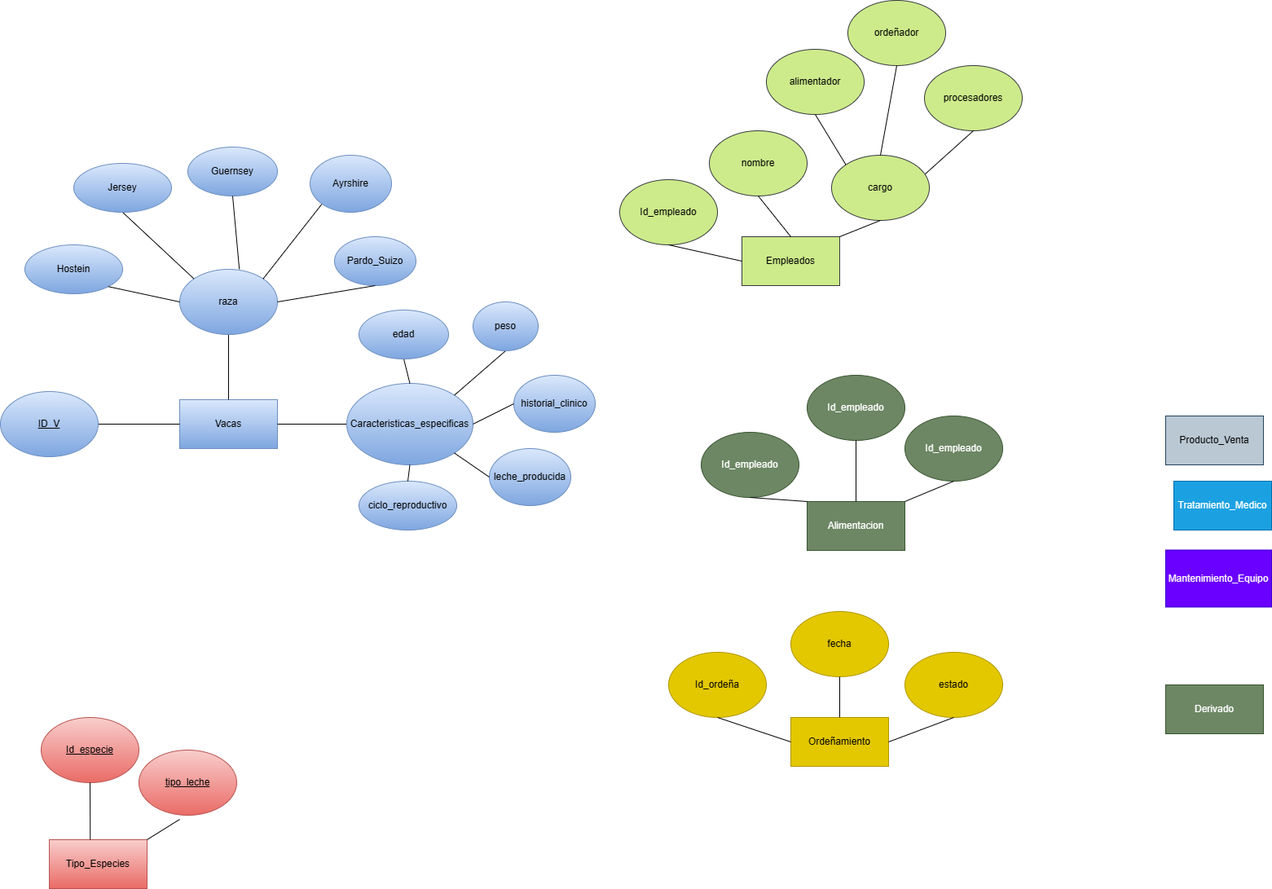
Above: Diagrama sin título.drawio.png in akdii/ProgramacionIV (draw.io), before the change. Source tidied: cells renumbered, new cells last; positions are measured from the earlier drawing's top-left corner, leaving out a move shared by most shapes.
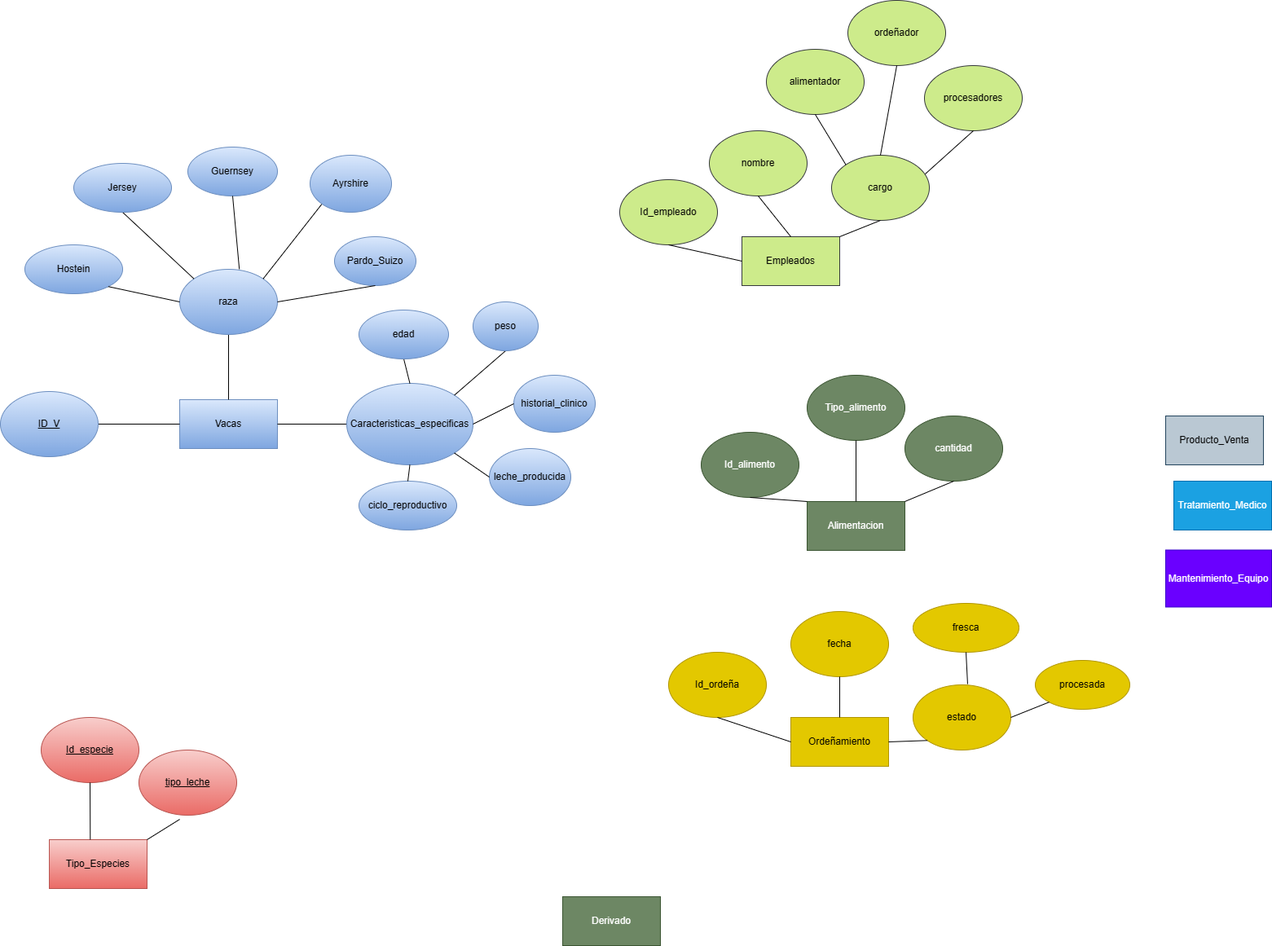
The same diagram one commit later.

Diff of the diagram source:
```diff
@@ -18,7 +18,7 @@
       <mxGeometry x="970" y="880" width="120" height="60" as="geometry" />
     </mxCell>
     <mxCell id="7" value="Derivado" style="rounded=0;whiteSpace=wrap;html=1;fillColor=#6d8764;strokeColor=#3A5431;fontColor=#ffffff;" parent="1" vertex="1">
-      <mxGeometry x="1430" y="840" width="120" height="60" as="geometry" />
+      <mxGeometry x="690" y="1100" width="120" height="60" as="geometry" />
     </mxCell>
     <mxCell id="8" value="Producto_Venta" style="rounded=0;whiteSpace=wrap;html=1;fillColor=#bac8d3;strokeColor=#23445d;" parent="1" vertex="1">
       <mxGeometry x="1430" y="510" width="120" height="60" as="geometry" />
@@ -155,19 +155,19 @@
     <mxCell id="52" style="endArrow=none;html=1;rounded=0;entryX=0.958;entryY=0.288;entryDx=0;entryDy=0;exitX=0.5;exitY=1;exitDx=0;exitDy=0;entryPerimeter=0;" parent="1" edge="1" source="51" target="45">
       <mxGeometry relative="1" as="geometry" />
     </mxCell>
-    <mxCell id="53" value="Id_empleado" style="ellipse;whiteSpace=wrap;html=1;fillColor=#6d8764;strokeColor=#3A5431;fontColor=#ffffff;" parent="1" vertex="1">
+    <mxCell id="53" value="Id_alimento" style="ellipse;whiteSpace=wrap;html=1;fillColor=#6d8764;strokeColor=#3A5431;fontColor=#ffffff;" parent="1" vertex="1">
       <mxGeometry x="860" y="530" width="120" height="80" as="geometry" />
     </mxCell>
     <mxCell id="54" style="endArrow=none;html=1;rounded=0;entryX=0;entryY=0;entryDx=0;entryDy=0;exitX=0.5;exitY=1;exitDx=0;exitDy=0;" parent="1" edge="1" source="53" target="5">
       <mxGeometry relative="1" as="geometry" />
     </mxCell>
-    <mxCell id="55" value="Id_empleado" style="ellipse;whiteSpace=wrap;html=1;fillColor=#6d8764;strokeColor=#3A5431;fontColor=#ffffff;" parent="1" vertex="1">
+    <mxCell id="55" value="Tipo_alimento" style="ellipse;whiteSpace=wrap;html=1;fillColor=#6d8764;strokeColor=#3A5431;fontColor=#ffffff;" parent="1" vertex="1">
       <mxGeometry x="990" y="460" width="120" height="80" as="geometry" />
     </mxCell>
     <mxCell id="56" style="endArrow=none;html=1;rounded=0;entryX=0.5;entryY=0;entryDx=0;entryDy=0;exitX=0.5;exitY=1;exitDx=0;exitDy=0;" parent="1" edge="1" source="55" target="5">
       <mxGeometry relative="1" as="geometry" />
     </mxCell>
-    <mxCell id="57" value="Id_empleado" style="ellipse;whiteSpace=wrap;html=1;fillColor=#6d8764;strokeColor=#3A5431;fontColor=#ffffff;" parent="1" vertex="1">
+    <mxCell id="57" value="cantidad" style="ellipse;whiteSpace=wrap;html=1;fillColor=#6d8764;strokeColor=#3A5431;fontColor=#ffffff;" parent="1" vertex="1">
       <mxGeometry x="1110" y="510" width="120" height="80" as="geometry" />
     </mxCell>
     <mxCell id="58" style="endArrow=none;html=1;rounded=0;entryX=1;entryY=0;entryDx=0;entryDy=0;exitX=0.5;exitY=1;exitDx=0;exitDy=0;" parent="1" edge="1" source="57" target="5">
@@ -180,7 +180,7 @@
       <mxGeometry x="970" y="750" width="120" height="80" as="geometry" />
     </mxCell>
     <mxCell id="61" value="estado" style="ellipse;whiteSpace=wrap;html=1;fillColor=#e3c800;strokeColor=#B09500;fontColor=#000000;" parent="1" vertex="1">
-      <mxGeometry x="1110" y="800" width="120" height="80" as="geometry" />
+      <mxGeometry x="1120" y="840" width="120" height="80" as="geometry" />
     </mxCell>
     <mxCell id="62" style="endArrow=none;html=1;rounded=0;entryX=0;entryY=0.5;entryDx=0;entryDy=0;exitX=0.5;exitY=1;exitDx=0;exitDy=0;" parent="1" edge="1" source="59" target="6">
       <mxGeometry relative="1" as="geometry" />
@@ -188,8 +188,20 @@
     <mxCell id="63" style="endArrow=none;html=1;rounded=0;entryX=0.5;entryY=0;entryDx=0;entryDy=0;exitX=0.5;exitY=1;exitDx=0;exitDy=0;" parent="1" edge="1" source="60" target="6">
       <mxGeometry relative="1" as="geometry" />
     </mxCell>
-    <mxCell id="64" style="endArrow=none;html=1;rounded=0;entryX=1;entryY=0.5;entryDx=0;entryDy=0;exitX=0.5;exitY=1;exitDx=0;exitDy=0;" parent="1" edge="1" source="61" target="6">
+    <mxCell id="64" style="endArrow=none;html=1;rounded=0;entryX=1;entryY=0.5;entryDx=0;entryDy=0;exitX=0;exitY=1;exitDx=0;exitDy=0;" parent="1" edge="1" source="61" target="6">
       <mxGeometry relative="1" as="geometry" />
     </mxCell>
+    <mxCell id="65" value="fresca" style="ellipse;whiteSpace=wrap;html=1;fillColor=#e3c800;strokeColor=#B09500;fontColor=#000000;" parent="1" vertex="1">
+      <mxGeometry x="1120" y="740" width="130" height="60" as="geometry" />
+    </mxCell>
+    <mxCell id="66" style="endArrow=none;html=1;rounded=0;entryX=0.558;entryY=-0.012;entryDx=0;entryDy=0;exitX=0.5;exitY=1;exitDx=0;exitDy=0;entryPerimeter=0;" parent="1" edge="1" source="65" target="61">
+      <mxGeometry relative="1" as="geometry" />
+    </mxCell>
+    <mxCell id="67" value="procesada" style="ellipse;whiteSpace=wrap;html=1;fillColor=#e3c800;strokeColor=#B09500;fontColor=#000000;" parent="1" vertex="1">
+      <mxGeometry x="1270" y="810" width="116" height="60" as="geometry" />
+    </mxCell>
+    <mxCell id="68" style="endArrow=none;html=1;rounded=0;entryX=1;entryY=0.5;entryDx=0;entryDy=0;exitX=0;exitY=1;exitDx=0;exitDy=0;" parent="1" edge="1" source="67" target="61">
+      <mxGeometry relative="1" as="geometry" />
+    </mxCell>
   </root>
 </mxGraphModel>
```
